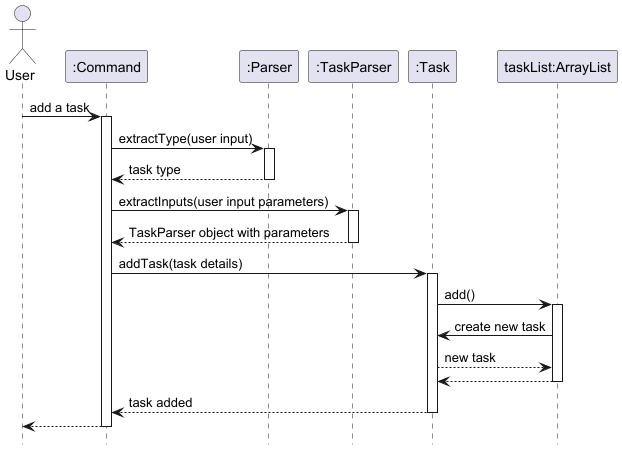
AY2425S2-CS2113-T11b-3/tp keeps this PlantUML diagram as docs/assets/taskImages/AddTaskSequenceDiagram.png. Above is the earlier version.
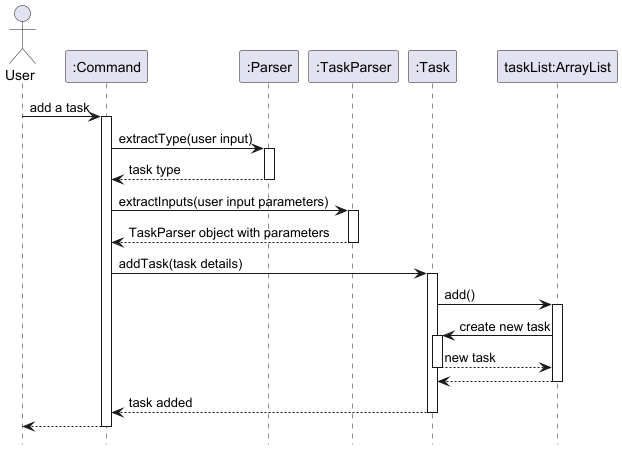
After the change.

Commit message:
Update task edit sequence diagram

The edit, as a diff of the source:
```diff
@@ -13,11 +13,13 @@
 
 Command -> Parser : extractType(user input)
 activate Parser
+
 Parser --> Command : task type
 deactivate Parser
 
 Command -> TaskParser : extractInputs(user input parameters)
 activate TaskParser
+
 TaskParser --> Command : TaskParser object with parameters
 deactivate TaskParser
 
@@ -28,7 +30,11 @@
 activate taskList
 
 taskList -> Task : create new task
+activate Task
+
 Task --> taskList : new task
+deactivate Task
+
 taskList --> Task
 deactivate taskList
 
```
